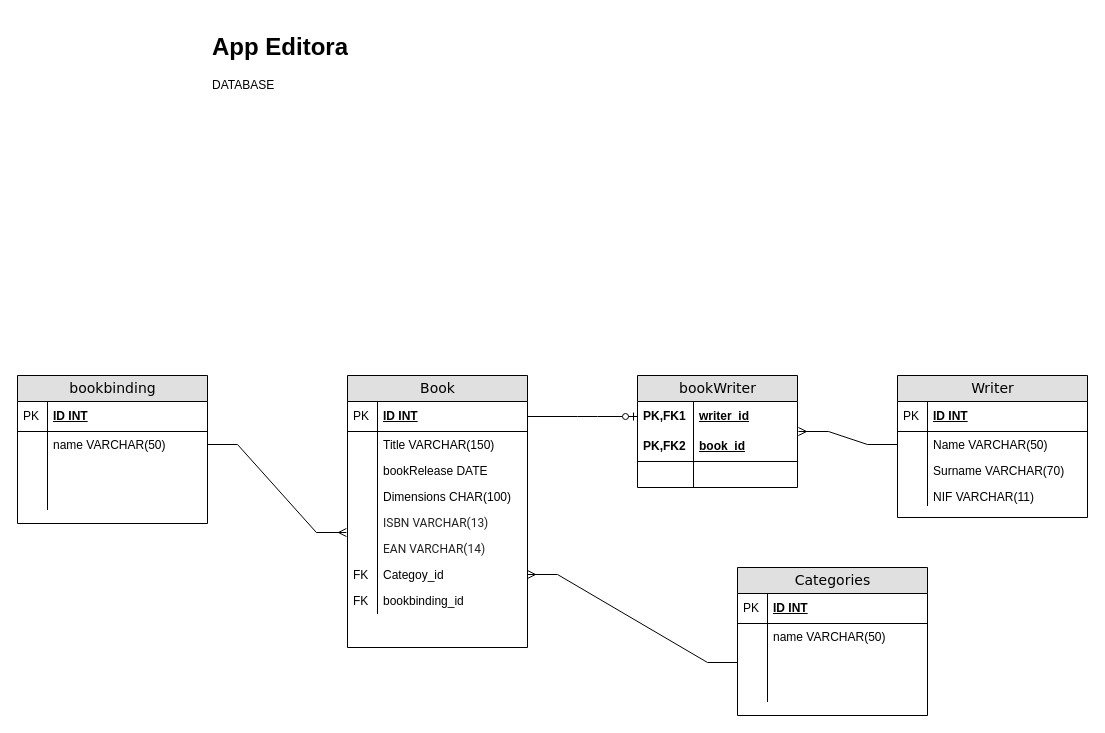
This is Untitled Diagram.drawio from jonasnapoles/projectFinalDocs, a draw.io file, before an edit. Source tidied: cells renumbered, new cells numbered last; positions are measured from the earlier drawing's top-left corner, leaving out a move shared by most shapes. Both pictures are drawn from the tidied source at 100%, with x=0, y=0 at pixel (17, 27).
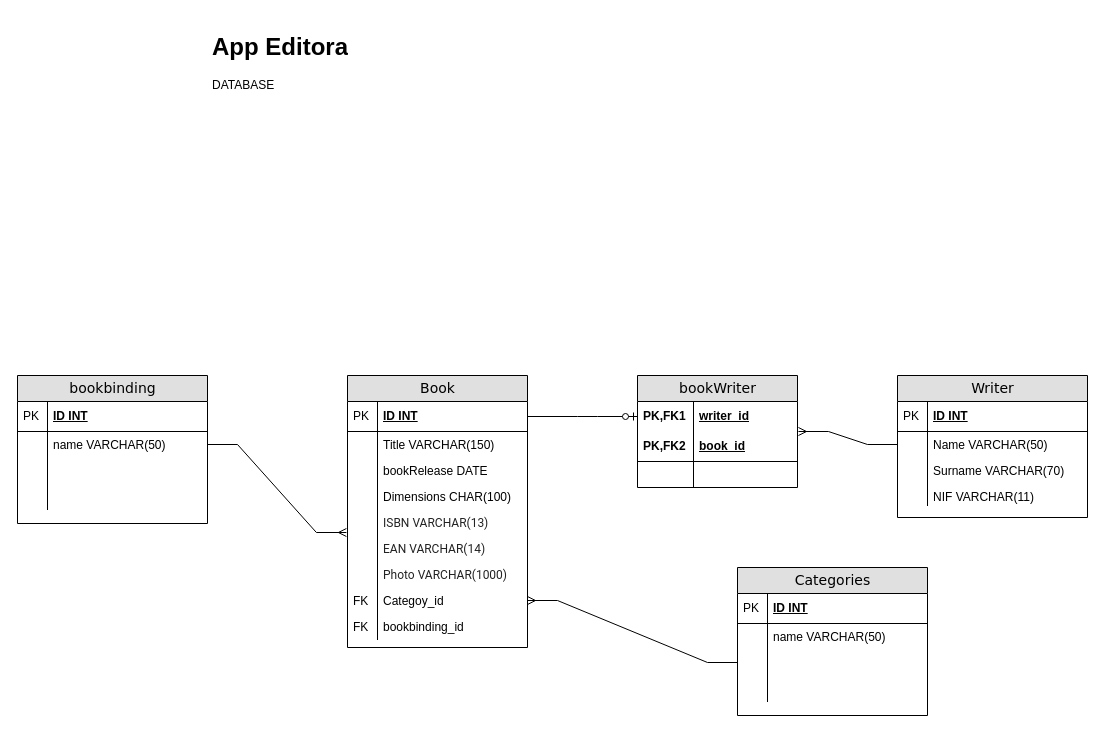
The same diagram, later.

Unchanged cells that the change refers to:
```xml
<mxCell id="18" value="Book" style="swimlane;html=1;fontStyle=0;horizontal=1;startSize=26;fillColor=#e0e0e0;swimlaneFillColor=#ffffff;align=center;rounded=0;shadow=0;comic=0;labelBackgroundColor=none;strokeWidth=1;fontFamily=Verdana;fontSize=14;" parent="1" vertex="1">
  <mxGeometry x="330" y="348" width="180" height="272" as="geometry" />
</mxCell>
```

Change to the diagram source:
```diff
@@
+    <mxCell id="58" value="&lt;font style=&quot;font-size: 12px&quot;&gt;&lt;span style=&quot;color: rgb(35 , 35 , 35) ; font-family: &amp;#34;roboto&amp;#34; , &amp;#34;arial&amp;#34; , &amp;#34;helvetica&amp;#34; , &amp;#34;tahoma&amp;#34; , sans-serif ; background-color: rgb(255 , 255 , 255)&quot;&gt;&lt;font&gt;Photo VARCHAR(1000)&lt;/font&gt;&lt;/span&gt;&lt;/font&gt;" style="shape=partialRectangle;top=0;left=0;right=0;bottom=0;html=1;align=left;verticalAlign=top;fillColor=none;spacingLeft=34;spacingRight=4;whiteSpace=wrap;overflow=hidden;" parent="18" vertex="1">
+      <mxGeometry y="186" width="180" height="26" as="geometry" />
+    </mxCell>
+    <mxCell id="59" style="shape=partialRectangle;top=0;left=0;bottom=0;html=1;fillColor=none;align=left;verticalAlign=top;spacingLeft=4;spacingRight=4;whiteSpace=wrap;overflow=hidden;" parent="58" vertex="1">
+      <mxGeometry width="30" height="26" as="geometry" />
+    </mxCell>
     <mxCell id="31" value="Categoy_id" style="shape=partialRectangle;top=0;left=0;right=0;bottom=0;html=1;align=left;verticalAlign=top;fillColor=none;spacingLeft=34;spacingRight=4;whiteSpace=wrap;overflow=hidden;points=[[0,0.5],[1,0.5]];portConstraint=eastwest;" parent="18" vertex="1">
-      <mxGeometry y="186" width="180" height="26" as="geometry" />
+      <mxGeometry y="212" width="180" height="26" as="geometry" />
     </mxCell>
@@
     <mxCell id="33" value="bookbinding_id" style="shape=partialRectangle;top=0;left=0;right=0;bottom=0;html=1;align=left;verticalAlign=top;fillColor=none;spacingLeft=34;spacingRight=4;whiteSpace=wrap;overflow=hidden;" parent="18" vertex="1">
-      <mxGeometry y="212" width="180" height="26" as="geometry" />
+      <mxGeometry y="238" width="180" height="26" as="geometry" />
     </mxCell>
```
